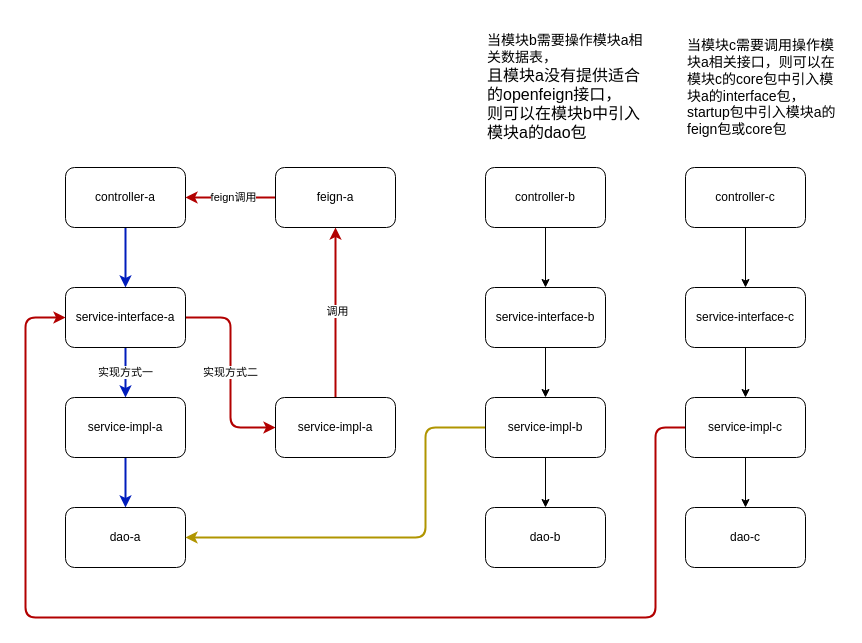
This is 服务模块设计/微服务单模块分层设计（有内部扩展接口）-多模块案例版.drawio from codeyunze/drawio, a draw.io file, before an edit. Source tidied: cells renumbered, new cells numbered last; positions are measured from the earlier drawing's top-left corner, leaving out a move shared by most shapes. Both pictures are drawn from the tidied source at 100%, with x=0, y=0 at pixel (25, 17).
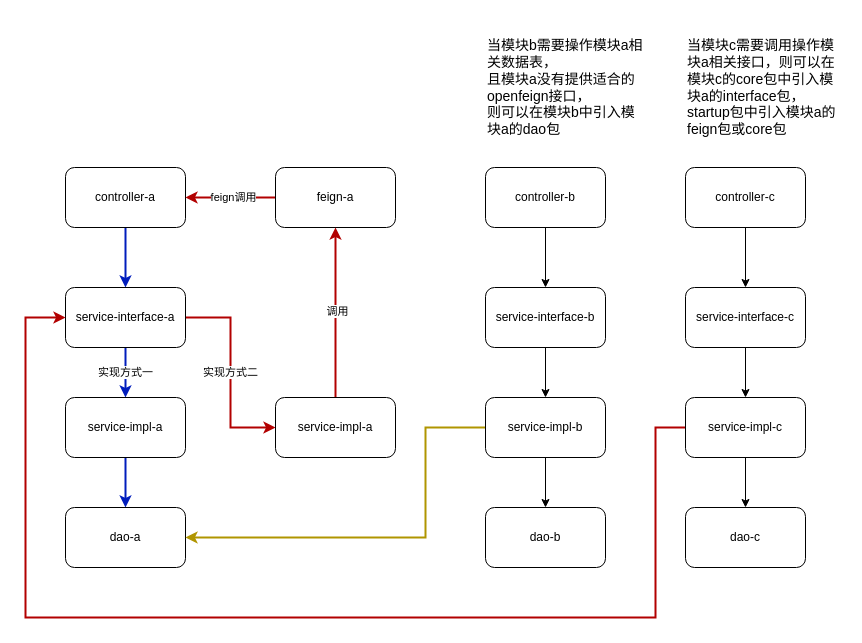
The same page after the edit.

Commit message:
更新微服务单模块分层设计（有内部扩展接口）-多模块案例版.drawio

The change refers to these unchanged cells:
```xml
<mxCell id="6" value="&lt;span style=&quot;background-color: transparent; color: light-dark(rgb(0, 0, 0), rgb(255, 255, 255));&quot;&gt;service-&lt;/span&gt;&lt;span style=&quot;background-color: transparent; color: light-dark(rgb(0, 0, 0), rgb(255, 255, 255));&quot;&gt;interface-a&lt;/span&gt;" style="rounded=1;whiteSpace=wrap;html=1;" parent="1" vertex="1">
  <mxGeometry x="40" y="270" width="120" height="60" as="geometry" />
</mxCell>
<mxCell id="14" value="&lt;span style=&quot;background-color: transparent; color: light-dark(rgb(0, 0, 0), rgb(255, 255, 255));&quot;&gt;service-impl-a&lt;/span&gt;" style="rounded=1;whiteSpace=wrap;html=1;" parent="1" vertex="1">
  <mxGeometry x="250" y="380" width="120" height="60" as="geometry" />
</mxCell>
<mxCell id="15" value="&lt;span style=&quot;background-color: transparent; color: light-dark(rgb(0, 0, 0), rgb(255, 255, 255));&quot;&gt;dao-a&lt;/span&gt;" style="rounded=1;whiteSpace=wrap;html=1;" parent="1" vertex="1">
  <mxGeometry x="40" y="490" width="120" height="60" as="geometry" />
</mxCell>
<mxCell id="22" value="&lt;span style=&quot;background-color: transparent; color: light-dark(rgb(0, 0, 0), rgb(255, 255, 255));&quot;&gt;service-impl-b&lt;/span&gt;" style="rounded=1;whiteSpace=wrap;html=1;" parent="1" vertex="1">
  <mxGeometry x="460" y="380" width="120" height="60" as="geometry" />
</mxCell>
<mxCell id="30" value="&lt;span style=&quot;background-color: transparent; color: light-dark(rgb(0, 0, 0), rgb(255, 255, 255));&quot;&gt;service-impl-c&lt;/span&gt;" style="rounded=1;whiteSpace=wrap;html=1;" parent="1" vertex="1">
  <mxGeometry x="660" y="380" width="120" height="60" as="geometry" />
</mxCell>
```

Change to the diagram source:
```diff
@@
-    <mxCell id="5" value="实现方式二" style="edgeStyle=orthogonalEdgeStyle;rounded=1;jettySize=auto;html=1;exitX=1;exitY=0.5;exitDx=0;exitDy=0;entryX=0;entryY=0.5;entryDx=0;entryDy=0;fillColor=#e51400;strokeColor=#B20000;strokeWidth=2;curved=0;" parent="1" edge="1" source="6" target="14">
+    <mxCell id="5" value="实现方式二" style="edgeStyle=orthogonalEdgeStyle;rounded=0;jettySize=auto;html=1;exitX=1;exitY=0.5;exitDx=0;exitDy=0;entryX=0;entryY=0.5;entryDx=0;entryDy=0;fillColor=#e51400;strokeColor=#B20000;strokeWidth=2;" parent="1" edge="1" source="6" target="14">
       <mxGeometry relative="1" as="geometry" />
     </mxCell>
@@
-    <mxCell id="21" style="edgeStyle=orthogonalEdgeStyle;rounded=1;jettySize=auto;html=1;exitX=0;exitY=0.5;exitDx=0;exitDy=0;entryX=1;entryY=0.5;entryDx=0;entryDy=0;fillColor=#e3c800;strokeColor=#B09500;strokeWidth=2;curved=0;" parent="1" edge="1" source="22" target="15">
+    <mxCell id="21" style="edgeStyle=orthogonalEdgeStyle;rounded=0;jettySize=auto;html=1;exitX=0;exitY=0.5;exitDx=0;exitDy=0;entryX=1;entryY=0.5;entryDx=0;entryDy=0;fillColor=#e3c800;strokeColor=#B09500;strokeWidth=2;" parent="1" edge="1" source="22" target="15">
       <mxGeometry relative="1" as="geometry">
         <Array as="points">
           <mxPoint x="400" y="410" />
           <mxPoint x="400" y="520" />
         </Array>
       </mxGeometry>
     </mxCell>
@@
-    <mxCell id="29" style="edgeStyle=orthogonalEdgeStyle;rounded=1;jettySize=auto;html=1;exitX=0;exitY=0.5;exitDx=0;exitDy=0;entryX=0;entryY=0.5;entryDx=0;entryDy=0;fillColor=#e51400;strokeColor=#B20000;strokeWidth=2;curved=0;" parent="1" edge="1" source="30" target="6">
+    <mxCell id="29" style="edgeStyle=orthogonalEdgeStyle;rounded=0;jettySize=auto;html=1;exitX=0;exitY=0.5;exitDx=0;exitDy=0;entryX=0;entryY=0.5;entryDx=0;entryDy=0;fillColor=#e51400;strokeColor=#B20000;strokeWidth=2;" parent="1" edge="1" source="30" target="6">
       <mxGeometry relative="1" as="geometry">
         <Array as="points">
           <mxPoint x="630" y="410" />
           <mxPoint x="630" y="600" />
           <mxPoint y="600" />
           <mxPoint y="300" />
         </Array>
       </mxGeometry>
     </mxCell>
@@
+    <mxCell id="33" value="&lt;font style=&quot;font-size: 14px;&quot;&gt;&lt;font style=&quot;&quot;&gt;当模块c需要调用操作模块a相关接口，&lt;/font&gt;&lt;span style=&quot;background-color: transparent; color: light-dark(rgb(0, 0, 0), rgb(255, 255, 255));&quot;&gt;则可以在模块c的core包中引入模块a的interface包，startup包中引入模块a的feign包或core包&lt;/span&gt;&lt;/font&gt;" style="text;html=1;align=left;verticalAlign=middle;whiteSpace=wrap;rounded=0;" parent="1" vertex="1">
+      <mxGeometry x="660" width="160" height="140" as="geometry" />
+    </mxCell>
-    <mxCell id="32" value="&lt;font style=&quot;font-size: 14px;&quot;&gt;当模块b需要操作模块a相关数据表，&lt;/font&gt;&lt;div&gt;&lt;font size=&quot;3&quot; style=&quot;&quot;&gt;且模块a没有提供适合的openfeign接口，&lt;/font&gt;&lt;/div&gt;&lt;div&gt;&lt;span style=&quot;background-color: transparent; color: light-dark(rgb(0, 0, 0), rgb(255, 255, 255));&quot;&gt;&lt;font size=&quot;3&quot;&gt;则可以在模块b中引入模块a的dao包&lt;/font&gt;&lt;/span&gt;&lt;/div&gt;" style="text;html=1;align=left;verticalAlign=middle;whiteSpace=wrap;rounded=0;" parent="1" vertex="1">
-      <mxGeometry x="460" y="10" width="160" height="120" as="geometry" />
+    <mxCell id="32" value="&lt;div&gt;&lt;span style=&quot;font-size: 14px;&quot;&gt;当模块b需要操作模块a相关数据表，&lt;/span&gt;&lt;/div&gt;&lt;div&gt;&lt;span style=&quot;font-size: 14px;&quot;&gt;且模块a没有提供适合的openfeign接口，&lt;/span&gt;&lt;/div&gt;&lt;div&gt;&lt;span style=&quot;font-size: 14px;&quot;&gt;则可以在模块b中引入模块a的dao包&lt;/span&gt;&lt;/div&gt;" style="text;html=1;align=left;verticalAlign=middle;whiteSpace=wrap;rounded=0;" parent="1" vertex="1">
+      <mxGeometry x="460" width="160" height="140" as="geometry" />
     </mxCell>
-    <mxCell id="33" value="&lt;font style=&quot;font-size: 14px;&quot;&gt;&lt;font style=&quot;&quot;&gt;当模块c需要调用操作模块a相关接口，&lt;/font&gt;&lt;span style=&quot;background-color: transparent; color: light-dark(rgb(0, 0, 0), rgb(255, 255, 255));&quot;&gt;则可以在模块c的core包中引入模块a的interface包，startup包中引入模块a的feign包或core包&lt;/span&gt;&lt;/font&gt;" style="text;html=1;align=left;verticalAlign=middle;whiteSpace=wrap;rounded=0;" parent="1" vertex="1">
-      <mxGeometry x="660" width="160" height="140" as="geometry" />
-    </mxCell>
```
